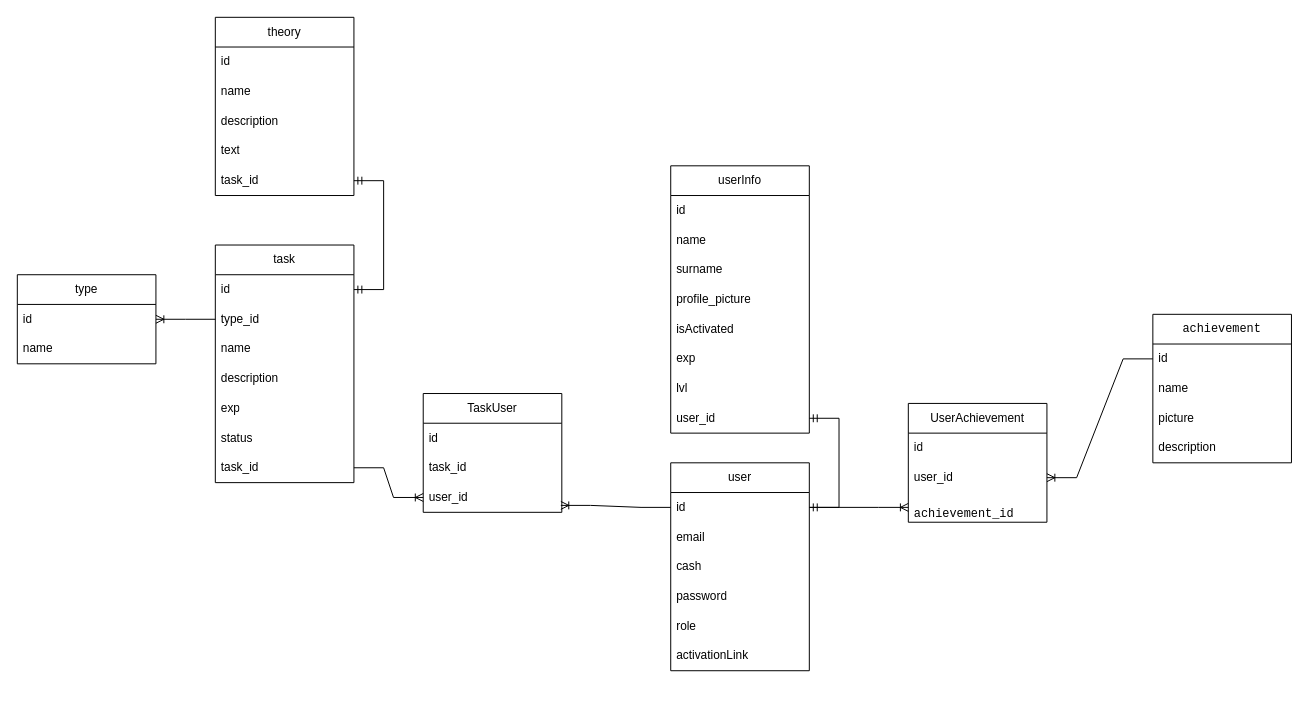
Before: школа.drawio in Kiper02/school-node-react, a draw.io diagram. Source tidied: cells renumbered, new cells numbered last; positions are measured from the earlier drawing's top-left corner, leaving out a move shared by most shapes. Both pictures are drawn from the tidied source at 99%, with x=0, y=0 at pixel (17, 17).
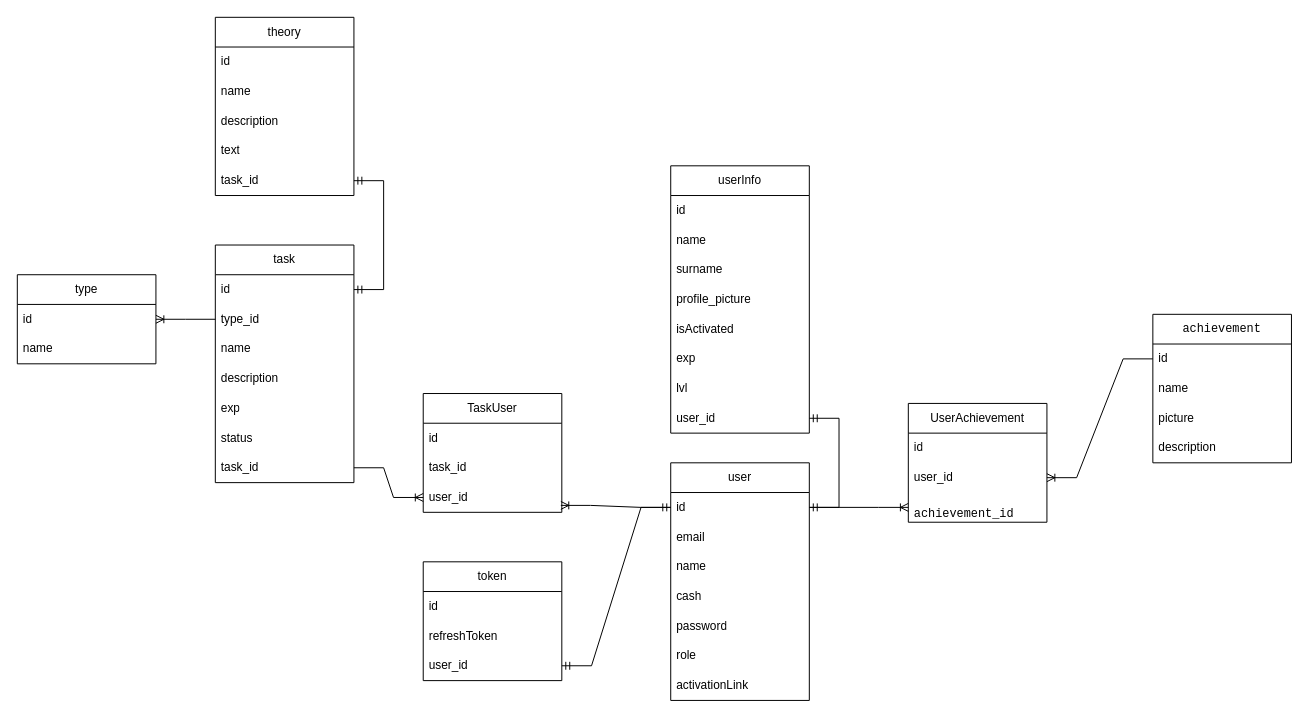
The same diagram, later.

The change refers to these unchanged cells:
```xml
<mxCell id="3" value="id" style="text;strokeColor=none;fillColor=none;align=left;verticalAlign=middle;spacingLeft=4;spacingRight=4;overflow=hidden;points=[[0,0.5],[1,0.5]];portConstraint=eastwest;whiteSpace=wrap;html=1;" parent="2" vertex="1">
  <mxGeometry y="30" width="140" height="30" as="geometry" />
</mxCell>
```

The edit, as a diff of the source:
```diff
@@
     <mxCell id="2" value="user" style="swimlane;fontStyle=0;horizontal=1;startSize=30;whiteSpace=wrap;html=1;" parent="1" vertex="1">
-      <mxGeometry x="660" y="450" width="140" height="210" as="geometry" />
+      <mxGeometry x="660" y="450" width="140" height="240" as="geometry" />
     </mxCell>
@@
+    <mxCell id="55" value="name" style="text;strokeColor=none;fillColor=none;align=left;verticalAlign=middle;spacingLeft=4;spacingRight=4;overflow=hidden;whiteSpace=wrap;html=1;" parent="2" vertex="1">
+      <mxGeometry y="90" width="140" height="30" as="geometry" />
+    </mxCell>
     <mxCell id="5" value="cash" style="text;strokeColor=none;fillColor=none;align=left;verticalAlign=middle;spacingLeft=4;spacingRight=4;overflow=hidden;whiteSpace=wrap;html=1;" parent="2" vertex="1">
-      <mxGeometry y="90" width="140" height="30" as="geometry" />
+      <mxGeometry y="120" width="140" height="30" as="geometry" />
     </mxCell>
     <mxCell id="6" value="password" style="text;strokeColor=none;fillColor=none;align=left;verticalAlign=middle;spacingLeft=4;spacingRight=4;overflow=hidden;whiteSpace=wrap;html=1;" parent="2" vertex="1">
-      <mxGeometry y="120" width="140" height="30" as="geometry" />
+      <mxGeometry y="150" width="140" height="30" as="geometry" />
     </mxCell>
     <mxCell id="7" value="role" style="text;strokeColor=none;fillColor=none;align=left;verticalAlign=middle;spacingLeft=4;spacingRight=4;overflow=hidden;whiteSpace=wrap;html=1;" parent="2" vertex="1">
-      <mxGeometry y="150" width="140" height="30" as="geometry" />
+      <mxGeometry y="180" width="140" height="30" as="geometry" />
     </mxCell>
     <mxCell id="8" value="activationLink" style="text;strokeColor=none;fillColor=none;align=left;verticalAlign=middle;spacingLeft=4;spacingRight=4;overflow=hidden;whiteSpace=wrap;html=1;" parent="2" vertex="1">
-      <mxGeometry y="180" width="140" height="30" as="geometry" />
+      <mxGeometry y="210" width="140" height="30" as="geometry" />
     </mxCell>
@@
+    <mxCell id="56" value="token" style="swimlane;fontStyle=0;horizontal=1;startSize=30;whiteSpace=wrap;html=1;" parent="1" vertex="1">
+      <mxGeometry x="410" y="550" width="140" height="120" as="geometry" />
+    </mxCell>
+    <mxCell id="57" value="id" style="text;strokeColor=none;fillColor=none;align=left;verticalAlign=middle;spacingLeft=4;spacingRight=4;overflow=hidden;whiteSpace=wrap;html=1;" parent="56" vertex="1">
+      <mxGeometry y="30" width="140" height="30" as="geometry" />
+    </mxCell>
+    <mxCell id="58" value="refreshToken" style="text;strokeColor=none;fillColor=none;align=left;verticalAlign=middle;spacingLeft=4;spacingRight=4;overflow=hidden;whiteSpace=wrap;html=1;" parent="56" vertex="1">
+      <mxGeometry y="60" width="140" height="30" as="geometry" />
+    </mxCell>
+    <mxCell id="59" value="user_id" style="text;strokeColor=none;fillColor=none;align=left;verticalAlign=middle;spacingLeft=4;spacingRight=4;overflow=hidden;points=[[0,0.5],[1,0.5]];portConstraint=eastwest;whiteSpace=wrap;html=1;" parent="56" vertex="1">
+      <mxGeometry y="90" width="140" height="30" as="geometry" />
+    </mxCell>
+    <mxCell id="60" style="edgeStyle=entityRelationEdgeStyle;fontSize=12;html=1;endArrow=ERmandOne;startArrow=ERmandOne;rounded=0;" parent="1" edge="1" source="59" target="3">
+      <mxGeometry relative="1" as="geometry" />
+    </mxCell>
```
